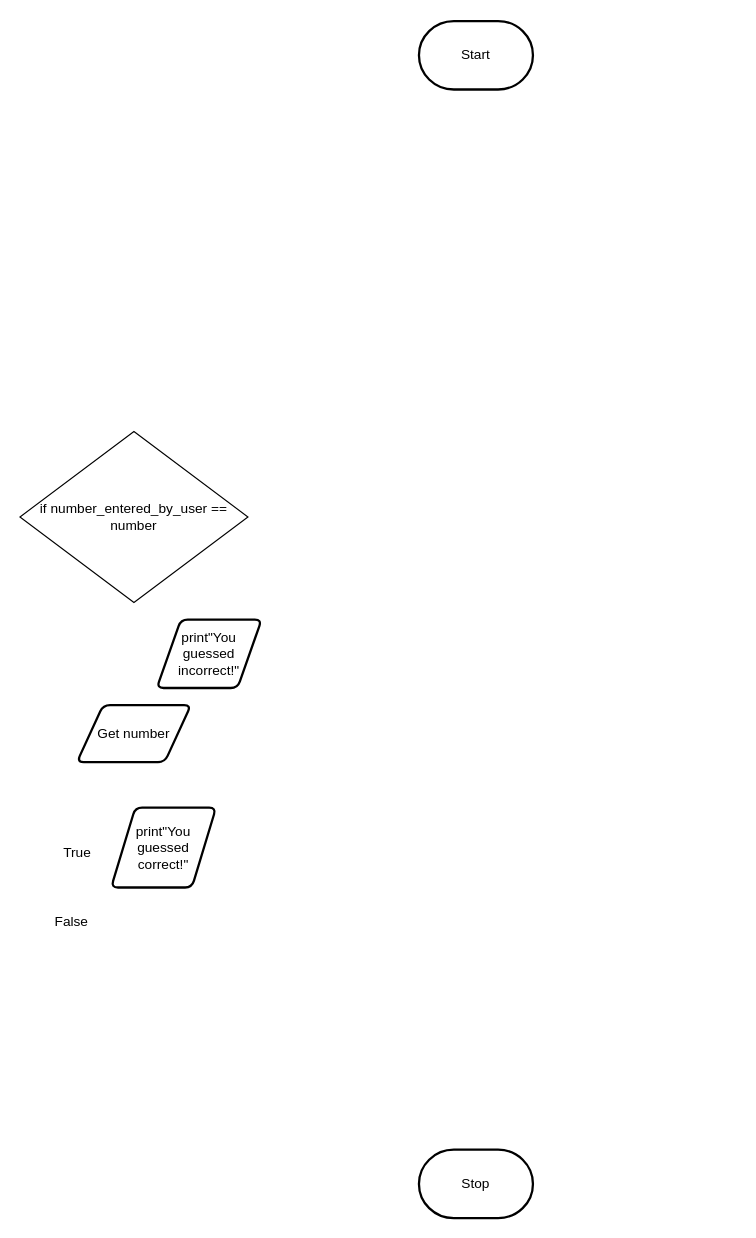
michael-clermont1/ICS3U-Unit6-02-Python keeps this draw.io diagram as flowchart.drawio. Above is the earlier version. Source tidied: cells renumbered, new cells numbered last; positions are measured from the earlier drawing's top-left corner, leaving out a move shared by most shapes. Both pictures are drawn from the tidied source at 114%, with x=0, y=0 at pixel (19, 21).
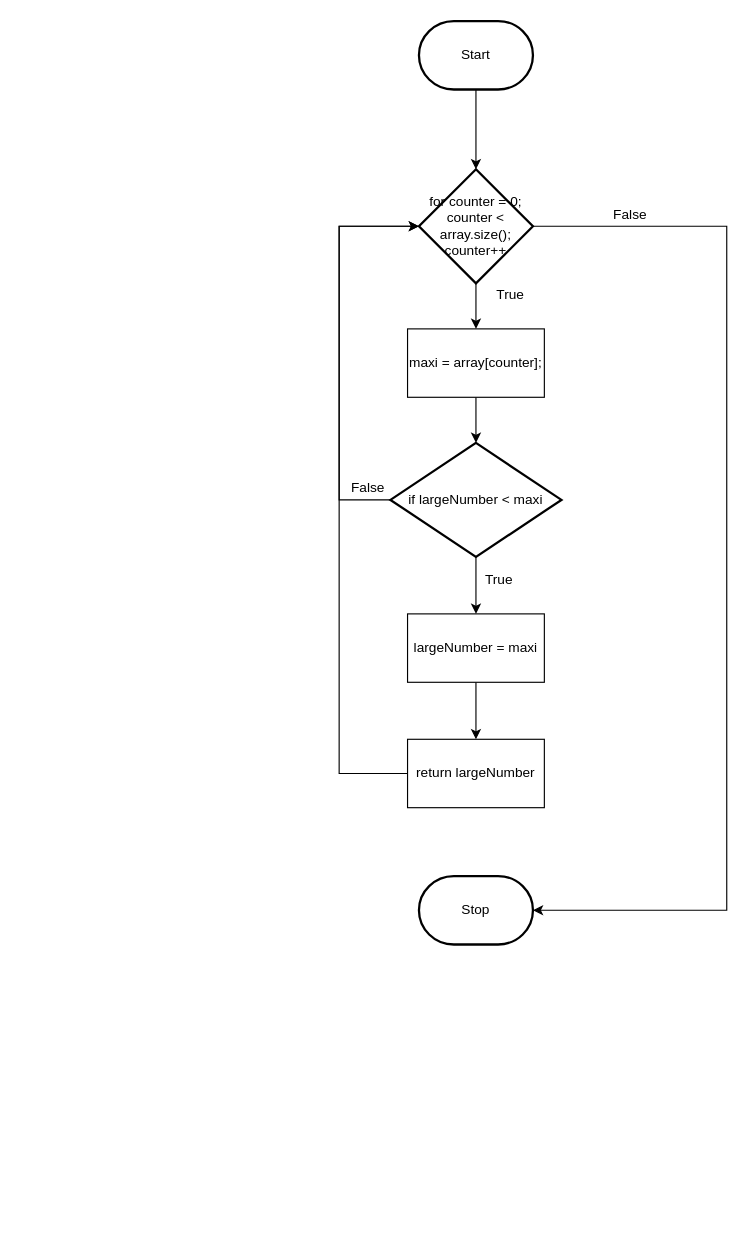
The same diagram, later.

The change refers to these unchanged cells:
```xml
<mxCell id="3" value="Start" style="strokeWidth=2;html=1;shape=mxgraph.flowchart.terminator;whiteSpace=wrap;" parent="1" vertex="1">
  <mxGeometry x="350" width="100" height="60" as="geometry" />
</mxCell>
```

What changed in the source:
```diff
@@
-    <mxCell id="2" value="Get number" style="shape=parallelogram;html=1;strokeWidth=2;perimeter=parallelogramPerimeter;whiteSpace=wrap;rounded=1;arcSize=12;size=0.23;" parent="1" vertex="1">
-      <mxGeometry x="50" y="600" width="100" height="50" as="geometry" />
-    </mxCell>
+    <mxCell id="10" style="edgeStyle=orthogonalEdgeStyle;rounded=0;html=1;entryX=0.5;entryY=0;entryDx=0;entryDy=0;entryPerimeter=0;" parent="1" edge="1" source="3" target="13">
+      <mxGeometry relative="1" as="geometry" />
+    </mxCell>
@@
     <mxCell id="4" value="Stop" style="strokeWidth=2;html=1;shape=mxgraph.flowchart.terminator;whiteSpace=wrap;" parent="1" vertex="1">
-      <mxGeometry x="350" y="990" width="100" height="60" as="geometry" />
+      <mxGeometry x="350" y="750" width="100" height="60" as="geometry" />
     </mxCell>
-    <mxCell id="5" value="print&quot;You guessed correct!&quot;" style="shape=parallelogram;html=1;strokeWidth=2;perimeter=parallelogramPerimeter;whiteSpace=wrap;rounded=1;arcSize=12;size=0.23;" parent="1" vertex="1">
-      <mxGeometry x="80" y="690" width="92" height="70" as="geometry" />
-    </mxCell>
-    <mxCell id="6" value="print&quot;You guessed incorrect!&quot;" style="shape=parallelogram;html=1;strokeWidth=2;perimeter=parallelogramPerimeter;whiteSpace=wrap;rounded=1;arcSize=12;size=0.23;" parent="1" vertex="1">
-      <mxGeometry x="120" y="525" width="92" height="60" as="geometry" />
-    </mxCell>
-    <mxCell id="7" value="&lt;span&gt;if number_entered_by_user == number&lt;/span&gt;" style="rhombus;whiteSpace=wrap;html=1;" parent="1" vertex="1">
-      <mxGeometry y="360" width="200" height="150" as="geometry" />
-    </mxCell>
     <mxCell id="8" value="False" style="text;html=1;align=center;verticalAlign=middle;fillColor=none;strokeColor=none;rounded=0;" parent="1" vertex="1">
-      <mxGeometry x="20" y="780" width="50" height="20" as="geometry" />
+      <mxGeometry x="510" y="160" width="50" height="20" as="geometry" />
     </mxCell>
     <mxCell id="9" value="True" style="text;html=1;align=center;verticalAlign=middle;fillColor=none;strokeColor=none;rounded=0;" parent="1" vertex="1">
-      <mxGeometry x="30" y="720" width="40" height="20" as="geometry" />
+      <mxGeometry x="410" y="230" width="40" height="20" as="geometry" />
     </mxCell>
+    <mxCell id="11" style="edgeStyle=none;html=1;" parent="1" edge="1" source="13" target="15">
+      <mxGeometry relative="1" as="geometry" />
+    </mxCell>
+    <mxCell id="12" style="edgeStyle=orthogonalEdgeStyle;rounded=0;html=1;entryX=1;entryY=0.5;entryDx=0;entryDy=0;entryPerimeter=0;" parent="1" edge="1" source="13" target="4">
+      <mxGeometry relative="1" as="geometry">
+        <Array as="points">
+          <mxPoint x="620" y="180" />
+          <mxPoint x="620" y="780" />
+        </Array>
+      </mxGeometry>
+    </mxCell>
+    <mxCell id="13" value="for&amp;nbsp;counter = 0; counter &amp;lt; array.size(); counter++" style="strokeWidth=2;html=1;shape=mxgraph.flowchart.decision;whiteSpace=wrap;" parent="1" vertex="1">
+      <mxGeometry x="350" y="130" width="100" height="100" as="geometry" />
+    </mxCell>
+    <mxCell id="14" style="edgeStyle=none;html=1;entryX=0.5;entryY=0;entryDx=0;entryDy=0;entryPerimeter=0;" parent="1" edge="1" source="15" target="18">
+      <mxGeometry relative="1" as="geometry" />
+    </mxCell>
+    <mxCell id="15" value="maxi = array[counter];" style="rounded=0;whiteSpace=wrap;html=1;" parent="1" vertex="1">
+      <mxGeometry x="340" y="270" width="120" height="60" as="geometry" />
+    </mxCell>
+    <mxCell id="16" style="edgeStyle=none;html=1;entryX=0.5;entryY=0;entryDx=0;entryDy=0;" parent="1" edge="1" source="18" target="20">
+      <mxGeometry relative="1" as="geometry" />
+    </mxCell>
+    <mxCell id="17" style="edgeStyle=orthogonalEdgeStyle;rounded=0;html=1;entryX=0;entryY=0.5;entryDx=0;entryDy=0;entryPerimeter=0;" parent="1" edge="1" source="18" target="13">
+      <mxGeometry relative="1" as="geometry">
+        <Array as="points">
+          <mxPoint x="280" y="420" />
+          <mxPoint x="280" y="180" />
+        </Array>
+      </mxGeometry>
+    </mxCell>
+    <mxCell id="18" value="if largeNumber &amp;lt; maxi" style="strokeWidth=2;html=1;shape=mxgraph.flowchart.decision;whiteSpace=wrap;" parent="1" vertex="1">
+      <mxGeometry x="325" y="370" width="150" height="100" as="geometry" />
+    </mxCell>
+    <mxCell id="19" style="edgeStyle=none;html=1;entryX=0.5;entryY=0;entryDx=0;entryDy=0;" parent="1" edge="1" source="20" target="22">
+      <mxGeometry relative="1" as="geometry" />
+    </mxCell>
+    <mxCell id="20" value="largeNumber = maxi" style="rounded=0;whiteSpace=wrap;html=1;" parent="1" vertex="1">
+      <mxGeometry x="340" y="520" width="120" height="60" as="geometry" />
+    </mxCell>
+    <mxCell id="21" style="edgeStyle=orthogonalEdgeStyle;rounded=0;html=1;entryX=0;entryY=0.5;entryDx=0;entryDy=0;entryPerimeter=0;" parent="1" edge="1" source="22" target="13">
+      <mxGeometry relative="1" as="geometry">
+        <Array as="points">
+          <mxPoint x="280" y="660" />
+          <mxPoint x="280" y="180" />
+        </Array>
+      </mxGeometry>
+    </mxCell>
+    <mxCell id="22" value="return largeNumber" style="rounded=0;whiteSpace=wrap;html=1;" parent="1" vertex="1">
+      <mxGeometry x="340" y="630" width="120" height="60" as="geometry" />
+    </mxCell>
+    <mxCell id="23" value="True" style="text;html=1;align=center;verticalAlign=middle;fillColor=none;strokeColor=none;rounded=0;" parent="1" vertex="1">
+      <mxGeometry x="400" y="480" width="40" height="20" as="geometry" />
+    </mxCell>
+    <mxCell id="24" value="False" style="text;html=1;align=center;verticalAlign=middle;fillColor=none;strokeColor=none;rounded=0;" parent="1" vertex="1">
+      <mxGeometry x="280" y="400" width="50" height="20" as="geometry" />
+    </mxCell>
```
